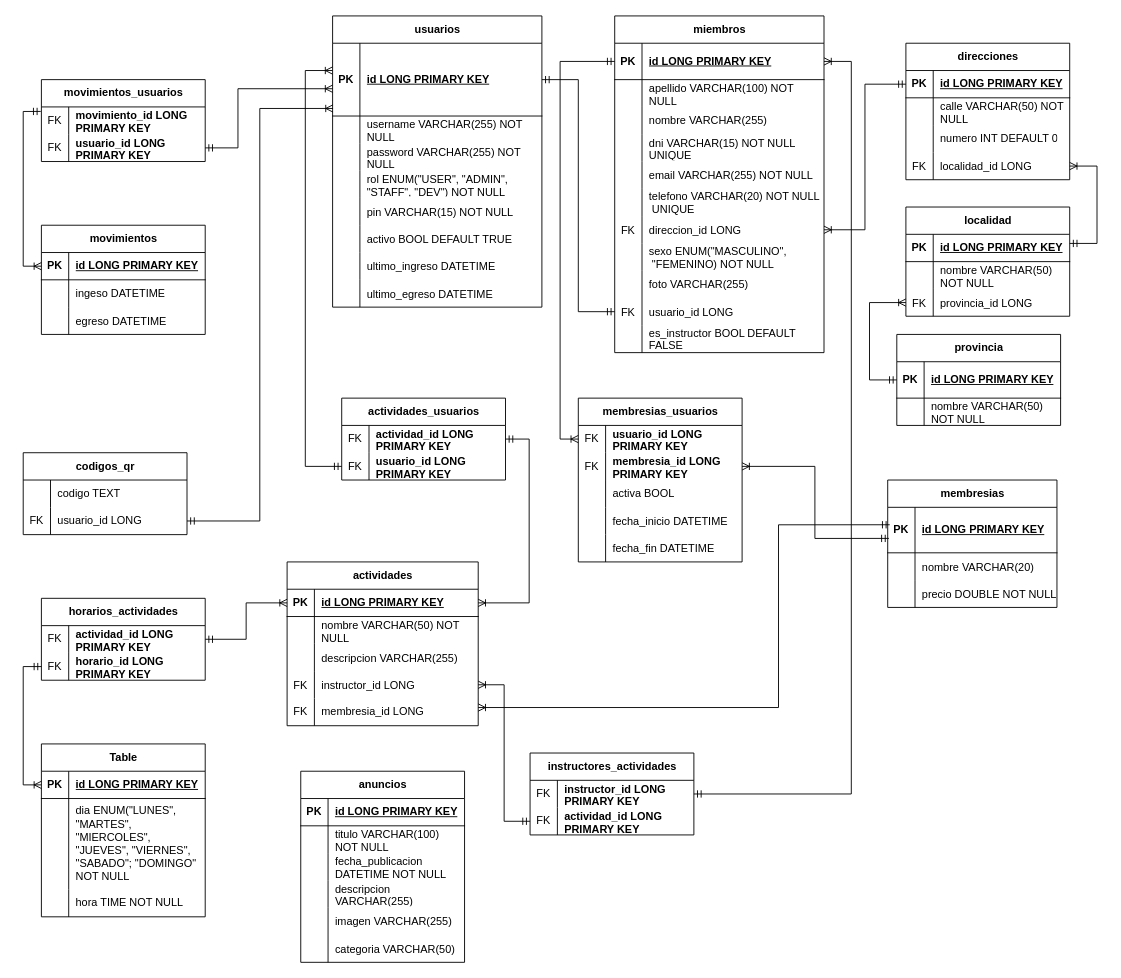
This is modelo_relacional.drawio from AguilarDev29/KAV_BACK, a draw.io file, before an edit. Source tidied: cells renumbered, new cells numbered last; positions are measured from the earlier drawing's top-left corner, leaving out a move shared by most shapes. Both pictures are drawn from the tidied source at 91%, with x=0, y=0 at pixel (-181, 15).
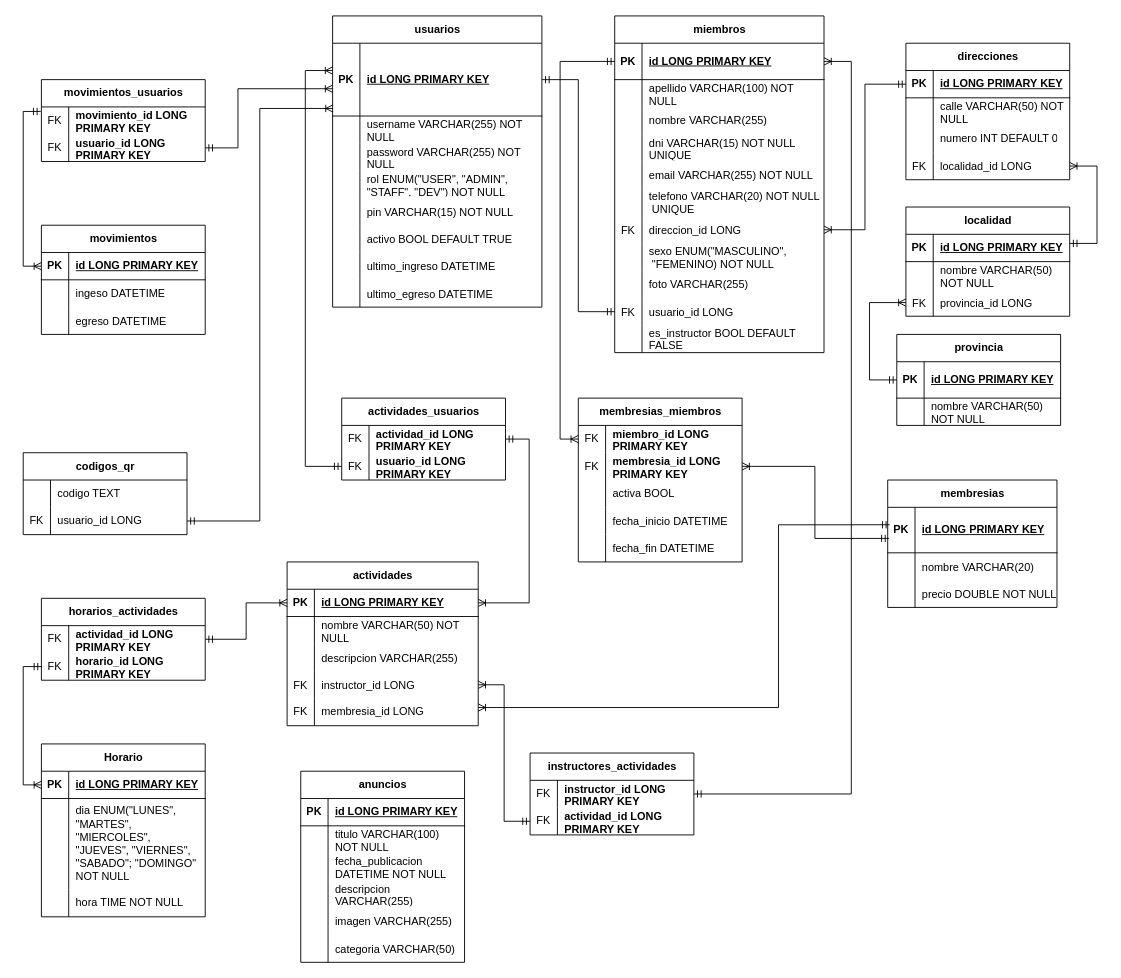
The same diagram, later.

The change refers to these unchanged cells:
```xml
<mxCell id="196" style="shape=tableRow;horizontal=0;startSize=0;swimlaneHead=0;swimlaneBody=0;fillColor=none;points=[[0,0.5],[1,0.5]];portConstraint=eastwest;top=0;left=0;right=0;bottom=0;" parent="195" vertex="1">
  <mxGeometry y="30" width="180" height="30" as="geometry" />
</mxCell>
```

Diff of the diagram source:
```diff
@@
-    <mxCell id="195" value="membresias_usuarios" style="shape=table;startSize=30;childLayout=tableLayout;rowLines=0;fontStyle=1;align=center;html=1;" parent="1" vertex="1">
+    <mxCell id="195" value="membresias_miembros" style="shape=table;startSize=30;childLayout=tableLayout;rowLines=0;fontStyle=1;align=center;html=1;" parent="1" vertex="1">
       <mxGeometry x="834" y="420" width="180" height="180" as="geometry" />
     </mxCell>
@@
-    <mxCell id="198" value="&lt;b&gt;usuario_id LONG PRIMARY KEY&lt;/b&gt;" style="shape=partialRectangle;fillColor=none;top=0;left=0;bottom=0;right=0;align=left;spacingLeft=6;overflow=hidden;whiteSpace=wrap;html=1;" parent="196" vertex="1">
+    <mxCell id="198" value="&lt;b&gt;miembro_id LONG PRIMARY KEY&lt;/b&gt;" style="shape=partialRectangle;fillColor=none;top=0;left=0;bottom=0;right=0;align=left;spacingLeft=6;overflow=hidden;whiteSpace=wrap;html=1;" parent="196" vertex="1">
       <mxGeometry x="30" width="150" height="30" as="geometry" />
     </mxCell>
@@
-    <mxCell id="214" value="Table" style="shape=table;startSize=30;childLayout=tableLayout;rowLines=0;fontStyle=1;align=center;html=1;" parent="1" vertex="1">
+    <mxCell id="214" value="Horario" style="shape=table;startSize=30;childLayout=tableLayout;rowLines=0;fontStyle=1;align=center;html=1;" parent="1" vertex="1">
       <mxGeometry x="244" y="800" width="180" height="190" as="geometry" />
     </mxCell>
```
